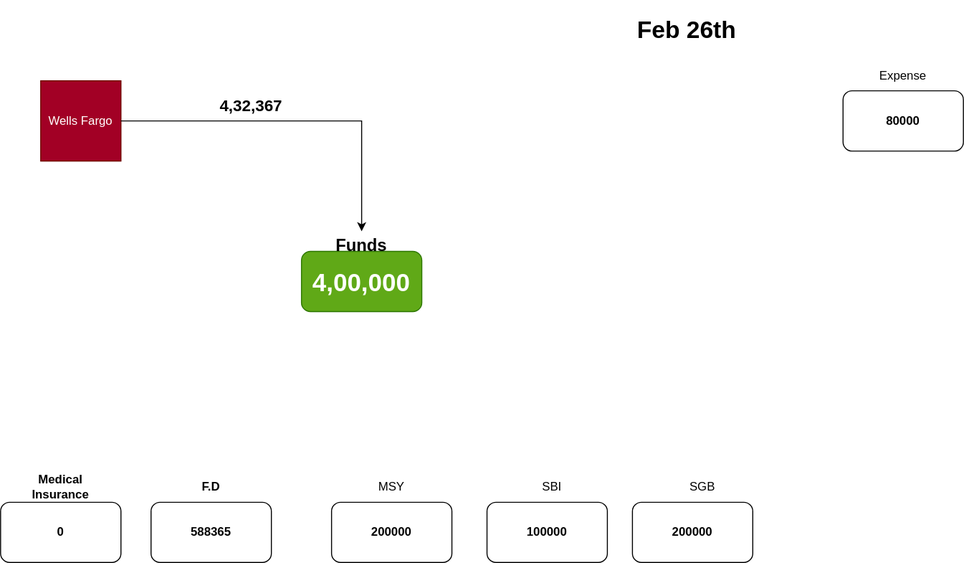
Earlier version of the draw.io export Investments.drawio.svg (uchiharizvi/design-diagrams). Source tidied: cells renumbered, new cells last; positions are measured from the earlier drawing's top-left corner, leaving out a move shared by most shapes.
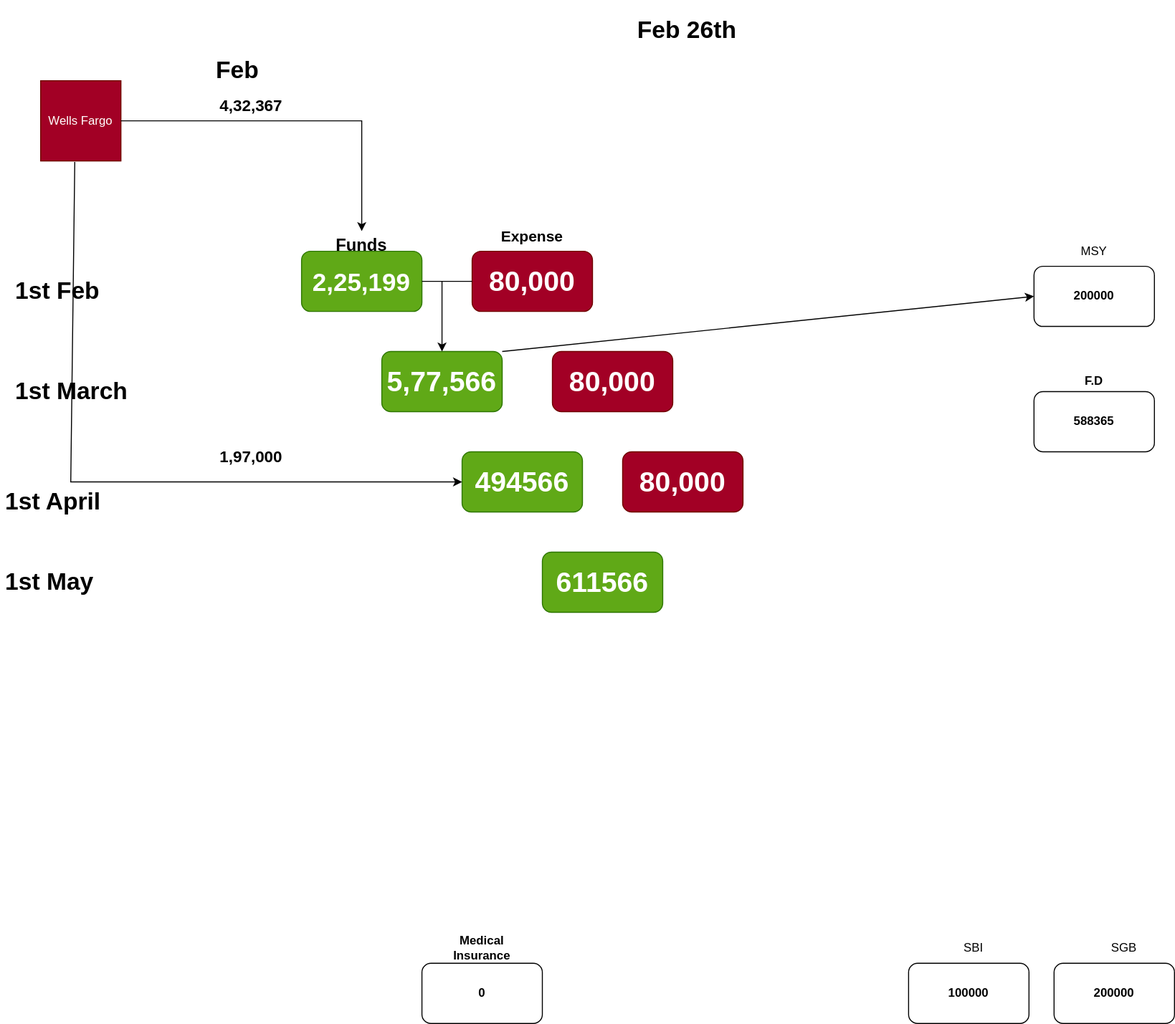
After the change.

Diff of the diagram source:
```diff
@@ -2,32 +2,32 @@
   <root>
     <mxCell id="0" />
     <mxCell id="1" parent="0" />
-    <mxCell id="2" value="&lt;font style=&quot;font-size: 25px;&quot;&gt;4,00,000&lt;/font&gt;" style="rounded=1;whiteSpace=wrap;html=1;fontStyle=1;fillColor=#60a917;fontColor=#ffffff;strokeColor=#2D7600;" parent="1" vertex="1">
+    <mxCell id="2" value="&lt;font style=&quot;font-size: 25px;&quot;&gt;2,25,199&lt;/font&gt;" style="rounded=1;whiteSpace=wrap;html=1;fontStyle=1;fillColor=#60a917;fontColor=#ffffff;strokeColor=#2D7600;" parent="1" vertex="1">
       <mxGeometry x="300" y="240" width="120" height="60" as="geometry" />
     </mxCell>
     <mxCell id="3" value="588365" style="rounded=1;whiteSpace=wrap;html=1;fontStyle=1;" parent="1" vertex="1">
-      <mxGeometry x="150" y="490" width="120" height="60" as="geometry" />
+      <mxGeometry x="1030" y="380" width="120" height="60" as="geometry" />
     </mxCell>
     <mxCell id="4" value="Medical Insurance" style="text;html=1;align=center;verticalAlign=middle;whiteSpace=wrap;rounded=0;fontStyle=1;" parent="1" vertex="1">
-      <mxGeometry x="30" y="460" width="60" height="30" as="geometry" />
+      <mxGeometry x="450" y="920" width="60" height="30" as="geometry" />
     </mxCell>
     <mxCell id="5" value="&lt;h1&gt;Feb 26th&lt;/h1&gt;" style="text;html=1;spacing=5;spacingTop=-20;whiteSpace=wrap;overflow=hidden;rounded=0;" parent="1" vertex="1">
       <mxGeometry x="630" width="110" height="40" as="geometry" />
     </mxCell>
-    <mxCell id="6" value="80000" style="rounded=1;whiteSpace=wrap;html=1;fontStyle=1;" parent="1" vertex="1">
-      <mxGeometry x="840" y="80" width="120" height="60" as="geometry" />
+    <mxCell id="6" value="&lt;font style=&quot;font-size: 28px;&quot;&gt;80,000&lt;/font&gt;" style="rounded=1;whiteSpace=wrap;html=1;fontStyle=1;fillColor=#a20025;fontColor=#ffffff;strokeColor=#6F0000;" parent="1" vertex="1">
+      <mxGeometry x="470" y="240" width="120" height="60" as="geometry" />
     </mxCell>
     <mxCell id="7" value="&lt;font style=&quot;font-size: 17px;&quot;&gt;&lt;b&gt;Funds&lt;/b&gt;&lt;/font&gt;" style="text;html=1;align=center;verticalAlign=middle;whiteSpace=wrap;rounded=0;" parent="1" vertex="1">
       <mxGeometry x="330" y="220" width="60" height="30" as="geometry" />
     </mxCell>
-    <mxCell id="8" value="Expense" style="text;html=1;align=center;verticalAlign=middle;whiteSpace=wrap;rounded=0;" parent="1" vertex="1">
-      <mxGeometry x="870" y="50" width="60" height="30" as="geometry" />
+    <mxCell id="8" value="&lt;b&gt;&lt;font style=&quot;font-size: 15px;&quot;&gt;Expense&lt;/font&gt;&lt;/b&gt;" style="text;html=1;align=center;verticalAlign=middle;whiteSpace=wrap;rounded=0;" parent="1" vertex="1">
+      <mxGeometry x="500" y="210" width="60" height="30" as="geometry" />
     </mxCell>
     <mxCell id="9" value="200000" style="rounded=1;whiteSpace=wrap;html=1;fontStyle=1;" parent="1" vertex="1">
-      <mxGeometry x="330" y="490" width="120" height="60" as="geometry" />
+      <mxGeometry x="1030" y="255" width="120" height="60" as="geometry" />
     </mxCell>
     <mxCell id="10" value="MSY" style="text;html=1;align=center;verticalAlign=middle;whiteSpace=wrap;rounded=0;" parent="1" vertex="1">
-      <mxGeometry x="360" y="460" width="60" height="30" as="geometry" />
+      <mxGeometry x="1060" y="225" width="60" height="30" as="geometry" />
     </mxCell>
     <mxCell id="11" value="Wells Fargo" style="whiteSpace=wrap;html=1;fillColor=#a20025;fontColor=#ffffff;strokeColor=#6F0000;" parent="1" vertex="1">
       <mxGeometry x="40" y="70" width="80" height="80" as="geometry" />
@@ -43,22 +43,73 @@
       <mxGeometry x="220" y="80" width="60" height="30" as="geometry" />
     </mxCell>
     <mxCell id="14" value="100000" style="rounded=1;whiteSpace=wrap;html=1;fontStyle=1;" parent="1" vertex="1">
-      <mxGeometry x="485" y="490" width="120" height="60" as="geometry" />
+      <mxGeometry x="905" y="950" width="120" height="60" as="geometry" />
     </mxCell>
     <mxCell id="15" value="SBI" style="text;html=1;align=center;verticalAlign=middle;whiteSpace=wrap;rounded=0;" parent="1" vertex="1">
-      <mxGeometry x="520" y="460" width="60" height="30" as="geometry" />
+      <mxGeometry x="940" y="920" width="60" height="30" as="geometry" />
     </mxCell>
     <mxCell id="16" value="200000" style="rounded=1;whiteSpace=wrap;html=1;fontStyle=1;" parent="1" vertex="1">
-      <mxGeometry x="630" y="490" width="120" height="60" as="geometry" />
+      <mxGeometry x="1050" y="950" width="120" height="60" as="geometry" />
     </mxCell>
     <mxCell id="17" value="SGB" style="text;html=1;align=center;verticalAlign=middle;whiteSpace=wrap;rounded=0;" parent="1" vertex="1">
-      <mxGeometry x="670" y="460" width="60" height="30" as="geometry" />
+      <mxGeometry x="1090" y="920" width="60" height="30" as="geometry" />
     </mxCell>
     <mxCell id="18" value="0" style="rounded=1;whiteSpace=wrap;html=1;fontStyle=1;" parent="1" vertex="1">
-      <mxGeometry y="490" width="120" height="60" as="geometry" />
+      <mxGeometry x="420" y="950" width="120" height="60" as="geometry" />
     </mxCell>
     <mxCell id="19" value="F.D" style="text;html=1;align=center;verticalAlign=middle;whiteSpace=wrap;rounded=0;fontStyle=1;" parent="1" vertex="1">
-      <mxGeometry x="180" y="460" width="60" height="30" as="geometry" />
+      <mxGeometry x="1060" y="355" width="60" height="30" as="geometry" />
     </mxCell>
+    <mxCell id="20" style="endArrow=none;html=1;rounded=0;exitX=1;exitY=0.5;exitDx=0;exitDy=0;entryX=0;entryY=0.5;entryDx=0;entryDy=0;" parent="1" edge="1" source="2" target="6">
+      <mxGeometry relative="1" as="geometry" />
+    </mxCell>
+    <mxCell id="21" value="&lt;font style=&quot;font-size: 28px;&quot;&gt;5,77,566&lt;/font&gt;" style="rounded=1;whiteSpace=wrap;html=1;fontStyle=1;fillColor=#60a917;fontColor=#ffffff;strokeColor=#2D7600;" parent="1" vertex="1">
+      <mxGeometry x="380" y="340" width="120" height="60" as="geometry" />
+    </mxCell>
+    <mxCell id="22" value="&lt;h1&gt;1st March&lt;/h1&gt;" style="text;html=1;spacing=5;spacingTop=-20;whiteSpace=wrap;overflow=hidden;rounded=0;" parent="1" vertex="1">
+      <mxGeometry x="10" y="360" width="190" height="40" as="geometry" />
+    </mxCell>
+    <mxCell id="23" value="&lt;h1&gt;Feb&lt;/h1&gt;" style="text;html=1;spacing=5;spacingTop=-20;whiteSpace=wrap;overflow=hidden;rounded=0;" parent="1" vertex="1">
+      <mxGeometry x="210" y="40" width="190" height="40" as="geometry" />
+    </mxCell>
+    <mxCell id="24" value="&lt;h1&gt;1st Feb&lt;/h1&gt;" style="text;html=1;spacing=5;spacingTop=-20;whiteSpace=wrap;overflow=hidden;rounded=0;" parent="1" vertex="1">
+      <mxGeometry x="10" y="260" width="190" height="40" as="geometry" />
+    </mxCell>
+    <mxCell id="25" style="endArrow=classic;html=1;rounded=0;entryX=0.5;entryY=0;entryDx=0;entryDy=0;" parent="1" edge="1" target="21">
+      <mxGeometry relative="1" as="geometry">
+        <mxPoint x="440" y="270" as="sourcePoint" />
+      </mxGeometry>
+    </mxCell>
+    <mxCell id="26" value="&lt;font style=&quot;font-size: 28px;&quot;&gt;80,000&lt;/font&gt;" style="rounded=1;whiteSpace=wrap;html=1;fontStyle=1;fillColor=#a20025;fontColor=#ffffff;strokeColor=#6F0000;" parent="1" vertex="1">
+      <mxGeometry x="550" y="340" width="120" height="60" as="geometry" />
+    </mxCell>
+    <mxCell id="27" value="&lt;font style=&quot;font-size: 28px;&quot;&gt;494566&lt;/font&gt;" style="rounded=1;whiteSpace=wrap;html=1;fontStyle=1;fillColor=#60a917;fontColor=#ffffff;strokeColor=#2D7600;" parent="1" vertex="1">
+      <mxGeometry x="460" y="440" width="120" height="60" as="geometry" />
+    </mxCell>
+    <mxCell id="28" style="endArrow=classic;html=1;rounded=0;exitX=0.425;exitY=1.013;exitDx=0;exitDy=0;exitPerimeter=0;entryX=0;entryY=0.5;entryDx=0;entryDy=0;" parent="1" edge="1" source="11" target="27">
+      <mxGeometry relative="1" as="geometry">
+        <Array as="points">
+          <mxPoint x="70" y="470" />
+        </Array>
+      </mxGeometry>
+    </mxCell>
+    <mxCell id="29" value="&lt;font style=&quot;font-size: 16px;&quot;&gt;1,97,000&lt;/font&gt;" style="text;html=1;align=center;verticalAlign=middle;whiteSpace=wrap;rounded=0;fontStyle=1;" parent="1" vertex="1">
+      <mxGeometry x="220" y="430" width="60" height="30" as="geometry" />
+    </mxCell>
+    <mxCell id="30" value="&lt;h1&gt;1st April&lt;/h1&gt;" style="text;html=1;spacing=5;spacingTop=-20;whiteSpace=wrap;overflow=hidden;rounded=0;" parent="1" vertex="1">
+      <mxGeometry y="470" width="110" height="40" as="geometry" />
+    </mxCell>
+    <mxCell id="31" value="&lt;font style=&quot;font-size: 28px;&quot;&gt;80,000&lt;/font&gt;" style="rounded=1;whiteSpace=wrap;html=1;fontStyle=1;fillColor=#a20025;fontColor=#ffffff;strokeColor=#6F0000;" parent="1" vertex="1">
+      <mxGeometry x="620" y="440" width="120" height="60" as="geometry" />
+    </mxCell>
+    <mxCell id="32" value="&lt;font style=&quot;font-size: 28px;&quot;&gt;611566&lt;/font&gt;" style="rounded=1;whiteSpace=wrap;html=1;fontStyle=1;fillColor=#60a917;fontColor=#ffffff;strokeColor=#2D7600;" parent="1" vertex="1">
+      <mxGeometry x="540" y="540" width="120" height="60" as="geometry" />
+    </mxCell>
+    <mxCell id="33" value="&lt;h1&gt;1st May&lt;/h1&gt;" style="text;html=1;spacing=5;spacingTop=-20;whiteSpace=wrap;overflow=hidden;rounded=0;" parent="1" vertex="1">
+      <mxGeometry y="550" width="110" height="40" as="geometry" />
+    </mxCell>
+    <mxCell id="34" style="endArrow=classic;html=1;rounded=0;exitX=1;exitY=0;exitDx=0;exitDy=0;entryX=0;entryY=0.5;entryDx=0;entryDy=0;" parent="1" edge="1" source="21" target="9">
+      <mxGeometry relative="1" as="geometry" />
+    </mxCell>
   </root>
 </mxGraphModel>
```
